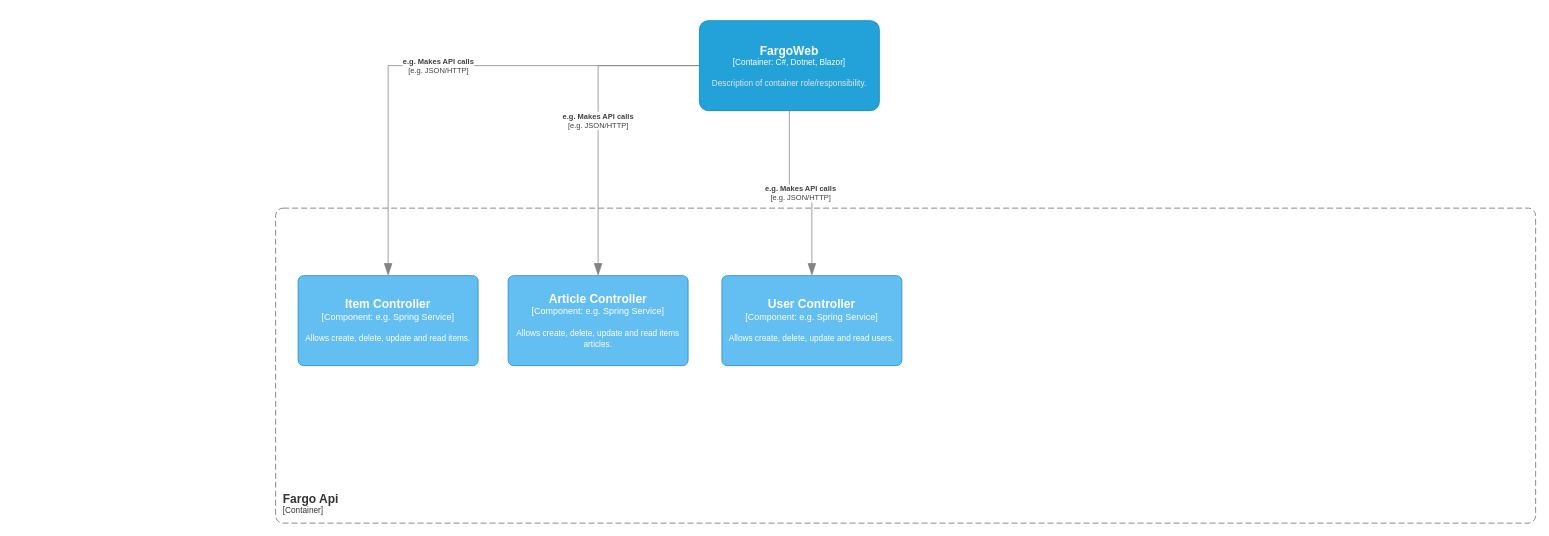
Earlier version of the draw.io diagram doc/architecture/c4/diagrams/fargo-c4-component.drawio (silvestrinigor/Fargo). Source tidied: cells renumbered, new cells numbered last; positions are measured from the earlier drawing's top-left corner, leaving out a move shared by most shapes. Both pictures are drawn from the tidied source at 75%, with x=0, y=0 at pixel (275, 20).
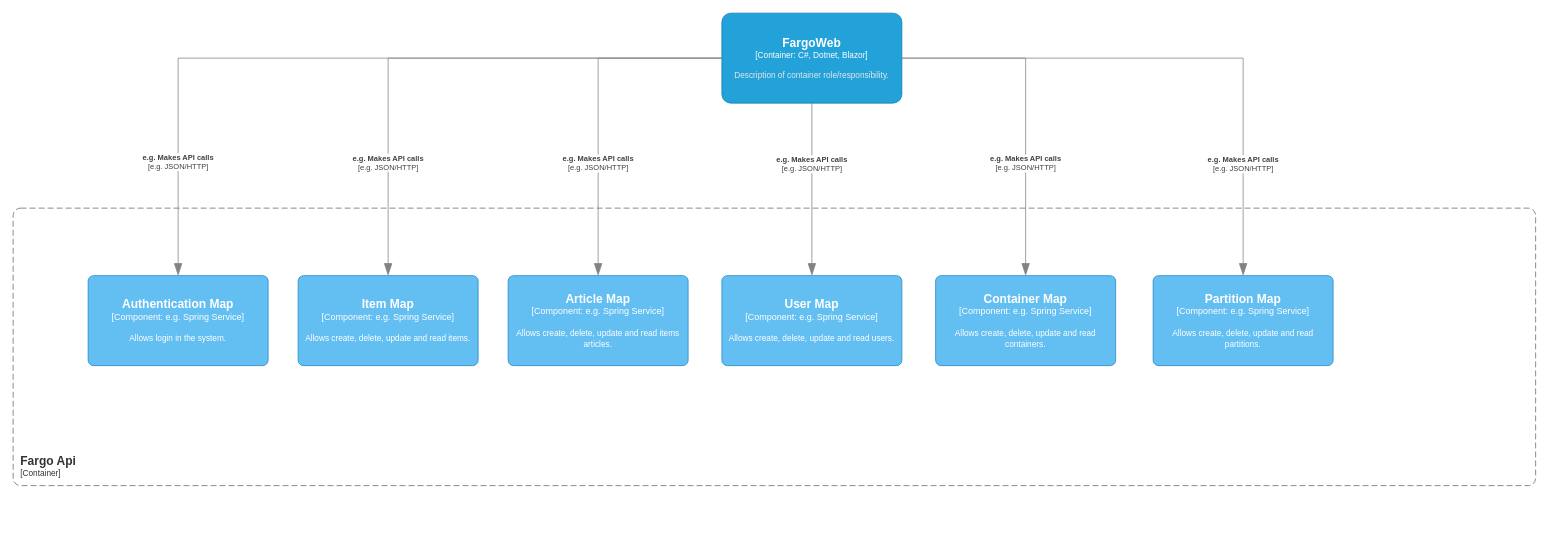
After the change.

The edit, as a diff of the source:
```diff
@@
     <object id="2" label="&lt;font style=&quot;font-size: 16px&quot;&gt;&lt;b&gt;%c4Name%&lt;/b&gt;&lt;/font&gt;&lt;div&gt;[%c4Type%: %c4Technology%]&lt;/div&gt;&lt;br&gt;&lt;div&gt;&lt;font style=&quot;font-size: 11px&quot;&gt;&lt;font color=&quot;#E6E6E6&quot;&gt;%c4Description%&lt;/font&gt;&lt;/div&gt;" c4Description="Description of container role/responsibility." c4Name="FargoWeb" c4Technology="C#, Dotnet, Blazor" c4Type="Container" placeholders="1">
       <mxCell style="rounded=1;whiteSpace=wrap;html=1;fontSize=11;labelBackgroundColor=none;fillColor=#23A2D9;fontColor=#ffffff;align=center;arcSize=10;strokeColor=#0E7DAD;points=[[0.25,0,0],[0.5,0,0],[0.75,0,0],[1,0.25,0],[1,0.5,0],[1,0.75,0],[0.75,1,0],[0.5,1,0],[0.25,1,0],[0,0.75,0],[0,0.5,0],[0,0.25,0]];" parent="1" vertex="1">
-        <mxGeometry x="565" width="240" height="120" as="geometry" />
+        <mxGeometry x="595" y="-10" width="240" height="120" as="geometry" />
       </mxCell>
     </object>
     <object id="3" label="&lt;font style=&quot;font-size: 16px&quot;&gt;&lt;b&gt;&lt;div style=&quot;text-align: left&quot;&gt;%c4Name%&lt;/div&gt;&lt;/b&gt;&lt;/font&gt;&lt;div style=&quot;text-align: left&quot;&gt;[%c4Application%]&lt;/div&gt;" c4Application="Container" c4Name="Fargo Api" placeholders="1">
       <mxCell style="rounded=1;fontSize=11;whiteSpace=wrap;html=1;dashed=1;arcSize=20;fillColor=none;strokeColor=#666666;fontColor=#333333;labelBackgroundColor=none;align=left;verticalAlign=bottom;labelBorderColor=none;spacingTop=0;spacing=10;dashPattern=8 4;perimeter=rectanglePerimeter;noLabel=0;labelPadding=0;absoluteArcSize=1;" parent="1" vertex="1">
-        <mxGeometry y="250" width="1680" height="420" as="geometry" />
+        <mxGeometry x="-350" y="250" width="2030" height="370" as="geometry" />
       </mxCell>
     </object>
-    <object id="4" label="&lt;font style=&quot;font-size: 16px&quot;&gt;&lt;b&gt;%c4Name%&lt;/b&gt;&lt;/font&gt;&lt;div&gt;[%c4Type%: %c4Technology%]&lt;/div&gt;&lt;br&gt;&lt;div&gt;&lt;font style=&quot;font-size: 11px&quot;&gt;%c4Description%&lt;/font&gt;&lt;/div&gt;" c4Description="Allows create, delete, update and read items articles." c4Name="Article Controller" c4Technology="e.g. Spring Service" c4Type="Component" placeholders="1">
+    <object id="4" label="&lt;font style=&quot;font-size: 16px&quot;&gt;&lt;b&gt;%c4Name%&lt;/b&gt;&lt;/font&gt;&lt;div&gt;[%c4Type%: %c4Technology%]&lt;/div&gt;&lt;br&gt;&lt;div&gt;&lt;font style=&quot;font-size: 11px&quot;&gt;%c4Description%&lt;/font&gt;&lt;/div&gt;" c4Description="Allows create, delete, update and read items articles." c4Name="Article Map" c4Technology="e.g. Spring Service" c4Type="Component" placeholders="1">
       <mxCell style="rounded=1;whiteSpace=wrap;html=1;labelBackgroundColor=none;fillColor=#63BEF2;fontColor=#ffffff;align=center;arcSize=6;strokeColor=#2086C9;points=[[0.25,0,0],[0.5,0,0],[0.75,0,0],[1,0.25,0],[1,0.5,0],[1,0.75,0],[0.75,1,0],[0.5,1,0],[0.25,1,0],[0,0.75,0],[0,0.5,0],[0,0.25,0]];" parent="1" vertex="1">
         <mxGeometry x="310" y="340" width="240" height="120" as="geometry" />
       </mxCell>
     </object>
     <object id="5" label="&lt;div style=&quot;text-align: left&quot;&gt;&lt;div style=&quot;text-align: center&quot;&gt;&lt;b&gt;%c4Description%&lt;/b&gt;&lt;/div&gt;&lt;div style=&quot;text-align: center&quot;&gt;[%c4Technology%]&lt;/div&gt;&lt;/div&gt;" c4Description="e.g. Makes API calls" c4Technology="e.g. JSON/HTTP" placeholders="1">
       <mxCell style="endArrow=blockThin;html=1;fontSize=10;fontColor=#404040;strokeWidth=1;endFill=1;strokeColor=#828282;elbow=vertical;endSize=14;startSize=14;jumpStyle=arc;jumpSize=16;rounded=0;edgeStyle=orthogonalEdgeStyle;" parent="1" edge="1" source="2" target="4">
-        <mxGeometry relative="1" as="geometry" />
+        <mxGeometry x="0.34" relative="1" as="geometry" />
       </mxCell>
     </object>
-    <object id="6" label="&lt;font style=&quot;font-size: 16px&quot;&gt;&lt;b&gt;%c4Name%&lt;/b&gt;&lt;/font&gt;&lt;div&gt;[%c4Type%: %c4Technology%]&lt;/div&gt;&lt;br&gt;&lt;div&gt;&lt;font style=&quot;font-size: 11px&quot;&gt;%c4Description%&lt;/font&gt;&lt;/div&gt;" c4Description="Allows create, delete, update and read users." c4Name="User Controller" c4Technology="e.g. Spring Service" c4Type="Component" placeholders="1">
+    <object id="6" label="&lt;font style=&quot;font-size: 16px&quot;&gt;&lt;b&gt;%c4Name%&lt;/b&gt;&lt;/font&gt;&lt;div&gt;[%c4Type%: %c4Technology%]&lt;/div&gt;&lt;br&gt;&lt;div&gt;&lt;font style=&quot;font-size: 11px&quot;&gt;%c4Description%&lt;/font&gt;&lt;/div&gt;" c4Description="Allows create, delete, update and read users." c4Name="User Map" c4Technology="e.g. Spring Service" c4Type="Component" placeholders="1">
       <mxCell style="rounded=1;whiteSpace=wrap;html=1;labelBackgroundColor=none;fillColor=#63BEF2;fontColor=#ffffff;align=center;arcSize=6;strokeColor=#2086C9;points=[[0.25,0,0],[0.5,0,0],[0.75,0,0],[1,0.25,0],[1,0.5,0],[1,0.75,0],[0.75,1,0],[0.5,1,0],[0.25,1,0],[0,0.75,0],[0,0.5,0],[0,0.25,0]];" parent="1" vertex="1">
         <mxGeometry x="595" y="340" width="240" height="120" as="geometry" />
       </mxCell>
     </object>
     <object id="7" label="&lt;div style=&quot;text-align: left&quot;&gt;&lt;div style=&quot;text-align: center&quot;&gt;&lt;b&gt;%c4Description%&lt;/b&gt;&lt;/div&gt;&lt;div style=&quot;text-align: center&quot;&gt;[%c4Technology%]&lt;/div&gt;&lt;/div&gt;" c4Description="e.g. Makes API calls" c4Technology="e.g. JSON/HTTP" placeholders="1">
       <mxCell style="endArrow=blockThin;html=1;fontSize=10;fontColor=#404040;strokeWidth=1;endFill=1;strokeColor=#828282;elbow=vertical;endSize=14;startSize=14;jumpStyle=arc;jumpSize=16;rounded=0;edgeStyle=orthogonalEdgeStyle;" parent="1" edge="1" source="2" target="6">
-        <mxGeometry relative="1" as="geometry" />
+        <mxGeometry x="-0.3" relative="1" as="geometry" />
       </mxCell>
     </object>
-    <object id="8" label="&lt;font style=&quot;font-size: 16px&quot;&gt;&lt;b&gt;%c4Name%&lt;/b&gt;&lt;/font&gt;&lt;div&gt;[%c4Type%: %c4Technology%]&lt;/div&gt;&lt;br&gt;&lt;div&gt;&lt;font style=&quot;font-size: 11px&quot;&gt;%c4Description%&lt;/font&gt;&lt;/div&gt;" c4Description="Allows create, delete, update and read items." c4Name="Item Controller" c4Technology="e.g. Spring Service" c4Type="Component" placeholders="1">
+    <object id="8" label="&lt;font style=&quot;font-size: 16px&quot;&gt;&lt;b&gt;%c4Name%&lt;/b&gt;&lt;/font&gt;&lt;div&gt;[%c4Type%: %c4Technology%]&lt;/div&gt;&lt;br&gt;&lt;div&gt;&lt;font style=&quot;font-size: 11px&quot;&gt;%c4Description%&lt;/font&gt;&lt;/div&gt;" c4Description="Allows create, delete, update and read items." c4Name="Item Map" c4Technology="e.g. Spring Service" c4Type="Component" placeholders="1">
       <mxCell style="rounded=1;whiteSpace=wrap;html=1;labelBackgroundColor=none;fillColor=#63BEF2;fontColor=#ffffff;align=center;arcSize=6;strokeColor=#2086C9;points=[[0.25,0,0],[0.5,0,0],[0.75,0,0],[1,0.25,0],[1,0.5,0],[1,0.75,0],[0.75,1,0],[0.5,1,0],[0.25,1,0],[0,0.75,0],[0,0.5,0],[0,0.25,0]];" parent="1" vertex="1">
         <mxGeometry x="30" y="340" width="240" height="120" as="geometry" />
       </mxCell>
     </object>
     <object id="9" label="&lt;div style=&quot;text-align: left&quot;&gt;&lt;div style=&quot;text-align: center&quot;&gt;&lt;b&gt;%c4Description%&lt;/b&gt;&lt;/div&gt;&lt;div style=&quot;text-align: center&quot;&gt;[%c4Technology%]&lt;/div&gt;&lt;/div&gt;" c4Description="e.g. Makes API calls" c4Technology="e.g. JSON/HTTP" placeholders="1">
       <mxCell style="endArrow=blockThin;html=1;fontSize=10;fontColor=#404040;strokeWidth=1;endFill=1;strokeColor=#828282;elbow=vertical;endSize=14;startSize=14;jumpStyle=arc;jumpSize=16;rounded=0;edgeStyle=orthogonalEdgeStyle;" parent="1" edge="1" source="2" target="8">
-        <mxGeometry relative="1" as="geometry" />
+        <mxGeometry x="0.59" relative="1" as="geometry" />
       </mxCell>
     </object>
+    <object id="10" label="&lt;font style=&quot;font-size: 16px&quot;&gt;&lt;b&gt;%c4Name%&lt;/b&gt;&lt;/font&gt;&lt;div&gt;[%c4Type%: %c4Technology%]&lt;/div&gt;&lt;br&gt;&lt;div&gt;&lt;font style=&quot;font-size: 11px&quot;&gt;%c4Description%&lt;/font&gt;&lt;/div&gt;" c4Description="Allows create, delete, update and read containers." c4Name="Container Map" c4Technology="e.g. Spring Service" c4Type="Component" placeholders="1">
+      <mxCell style="rounded=1;whiteSpace=wrap;html=1;labelBackgroundColor=none;fillColor=#63BEF2;fontColor=#ffffff;align=center;arcSize=6;strokeColor=#2086C9;points=[[0.25,0,0],[0.5,0,0],[0.75,0,0],[1,0.25,0],[1,0.5,0],[1,0.75,0],[0.75,1,0],[0.5,1,0],[0.25,1,0],[0,0.75,0],[0,0.5,0],[0,0.25,0]];" parent="1" vertex="1">
+        <mxGeometry x="880" y="340" width="240" height="120" as="geometry" />
+      </mxCell>
+    </object>
+    <object id="11" label="&lt;div style=&quot;text-align: left&quot;&gt;&lt;div style=&quot;text-align: center&quot;&gt;&lt;b&gt;%c4Description%&lt;/b&gt;&lt;/div&gt;&lt;div style=&quot;text-align: center&quot;&gt;[%c4Technology%]&lt;/div&gt;&lt;/div&gt;" c4Description="e.g. Makes API calls" c4Technology="e.g. JSON/HTTP" placeholders="1">
+      <mxCell style="endArrow=blockThin;html=1;fontSize=10;fontColor=#404040;strokeWidth=1;endFill=1;strokeColor=#828282;elbow=vertical;endSize=14;startSize=14;jumpStyle=arc;jumpSize=16;rounded=0;edgeStyle=orthogonalEdgeStyle;" parent="1" edge="1" source="2" target="10">
+        <mxGeometry x="0.34" relative="1" as="geometry" />
+      </mxCell>
+    </object>
+    <object id="12" label="&lt;font style=&quot;font-size: 16px&quot;&gt;&lt;b&gt;%c4Name%&lt;/b&gt;&lt;/font&gt;&lt;div&gt;[%c4Type%: %c4Technology%]&lt;/div&gt;&lt;br&gt;&lt;div&gt;&lt;font style=&quot;font-size: 11px&quot;&gt;%c4Description%&lt;/font&gt;&lt;/div&gt;" c4Description="Allows create, delete, update and read partitions." c4Name="Partition Map" c4Technology="e.g. Spring Service" c4Type="Component" placeholders="1">
+      <mxCell style="rounded=1;whiteSpace=wrap;html=1;labelBackgroundColor=none;fillColor=#63BEF2;fontColor=#ffffff;align=center;arcSize=6;strokeColor=#2086C9;points=[[0.25,0,0],[0.5,0,0],[0.75,0,0],[1,0.25,0],[1,0.5,0],[1,0.75,0],[0.75,1,0],[0.5,1,0],[0.25,1,0],[0,0.75,0],[0,0.5,0],[0,0.25,0]];" parent="1" vertex="1">
+        <mxGeometry x="1170" y="340" width="240" height="120" as="geometry" />
+      </mxCell>
+    </object>
+    <object id="13" label="&lt;div style=&quot;text-align: left&quot;&gt;&lt;div style=&quot;text-align: center&quot;&gt;&lt;b&gt;%c4Description%&lt;/b&gt;&lt;/div&gt;&lt;div style=&quot;text-align: center&quot;&gt;[%c4Technology%]&lt;/div&gt;&lt;/div&gt;" c4Description="e.g. Makes API calls" c4Technology="e.g. JSON/HTTP" placeholders="1">
+      <mxCell style="endArrow=blockThin;html=1;fontSize=10;fontColor=#404040;strokeWidth=1;endFill=1;strokeColor=#828282;elbow=vertical;endSize=14;startSize=14;jumpStyle=arc;jumpSize=16;rounded=0;edgeStyle=orthogonalEdgeStyle;" parent="1" edge="1" source="2" target="12">
+        <mxGeometry x="0.6" relative="1" as="geometry" />
+      </mxCell>
+    </object>
+    <object id="14" label="&lt;font style=&quot;font-size: 16px&quot;&gt;&lt;b&gt;%c4Name%&lt;/b&gt;&lt;/font&gt;&lt;div&gt;[%c4Type%: %c4Technology%]&lt;/div&gt;&lt;br&gt;&lt;div&gt;&lt;font style=&quot;font-size: 11px&quot;&gt;%c4Description%&lt;/font&gt;&lt;/div&gt;" c4Description="Allows login in the system." c4Name="Authentication Map" c4Technology="e.g. Spring Service" c4Type="Component" placeholders="1">
+      <mxCell style="rounded=1;whiteSpace=wrap;html=1;labelBackgroundColor=none;fillColor=#63BEF2;fontColor=#ffffff;align=center;arcSize=6;strokeColor=#2086C9;points=[[0.25,0,0],[0.5,0,0],[0.75,0,0],[1,0.25,0],[1,0.5,0],[1,0.75,0],[0.75,1,0],[0.5,1,0],[0.25,1,0],[0,0.75,0],[0,0.5,0],[0,0.25,0]];" parent="1" vertex="1">
+        <mxGeometry x="-250" y="340" width="240" height="120" as="geometry" />
+      </mxCell>
+    </object>
+    <object id="15" label="&lt;div style=&quot;text-align: left&quot;&gt;&lt;div style=&quot;text-align: center&quot;&gt;&lt;b&gt;%c4Description%&lt;/b&gt;&lt;/div&gt;&lt;div style=&quot;text-align: center&quot;&gt;[%c4Technology%]&lt;/div&gt;&lt;/div&gt;" c4Description="e.g. Makes API calls" c4Technology="e.g. JSON/HTTP" placeholders="1">
+      <mxCell style="endArrow=blockThin;html=1;fontSize=10;fontColor=#404040;strokeWidth=1;endFill=1;strokeColor=#828282;elbow=vertical;endSize=14;startSize=14;jumpStyle=arc;jumpSize=16;rounded=0;edgeStyle=orthogonalEdgeStyle;" parent="1" edge="1" source="2" target="14">
+        <mxGeometry x="0.7" relative="1" as="geometry" />
+      </mxCell>
+    </object>
```
